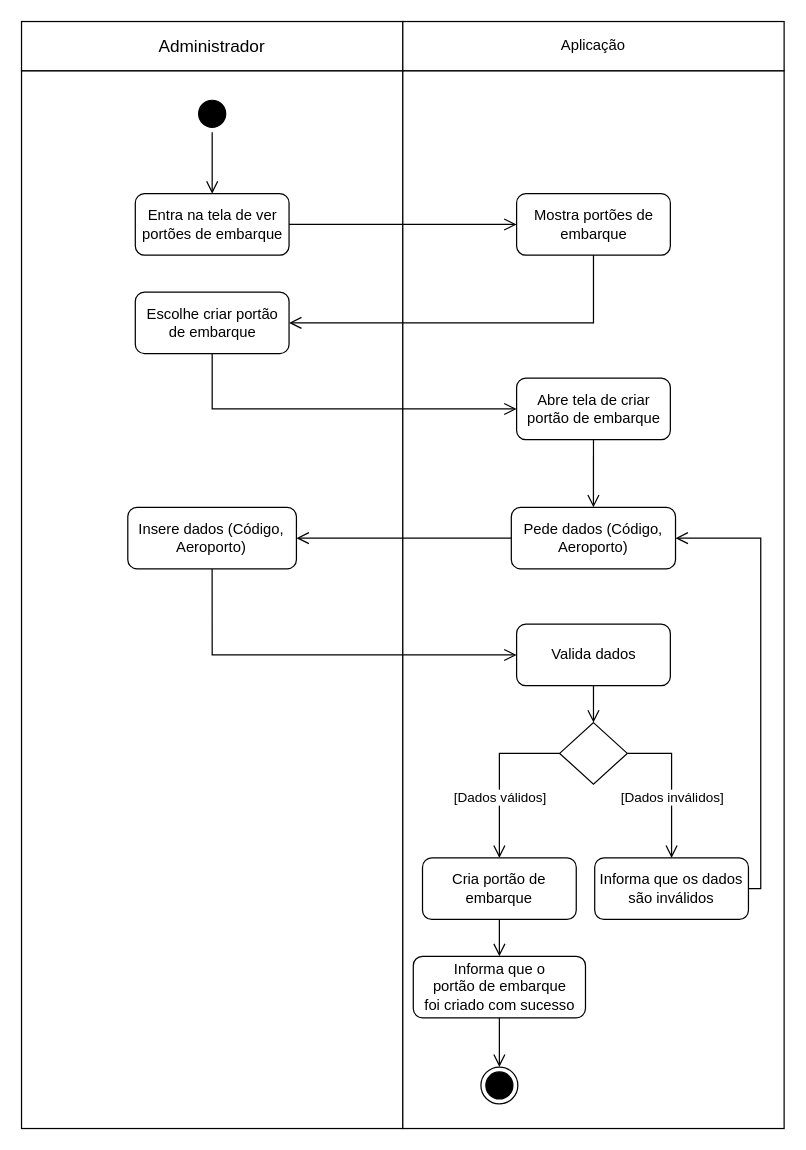
The draw.io diagram Diagramas/Eng_de_Software/Modelos/Atividade/Create_Portao_de_Embarque.drawio in GabrielGMori/trabalho-conclus-o-ano, before the edit. Source tidied: cells renumbered, new cells numbered last; positions are measured from the earlier drawing's top-left corner, leaving out a move shared by most shapes. Both pictures are drawn from the tidied source at 123%, with x=0, y=0 at pixel (21, 21).
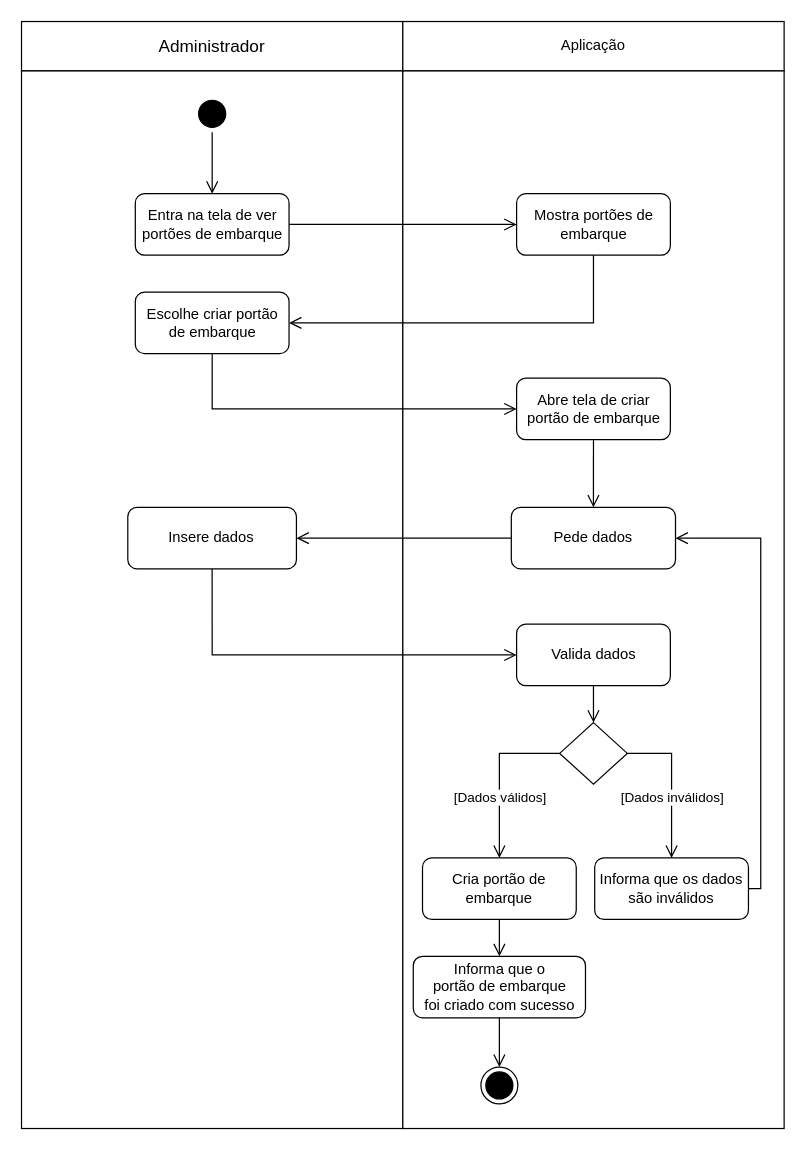
After the change.

What changed in the source:
```diff
@@
-    <mxCell id="9" value="Pede dados (Código, Aeroporto)" style="rounded=1;whiteSpace=wrap;html=1;" parent="1" vertex="1">
+    <mxCell id="9" value="Pede dados" style="rounded=1;whiteSpace=wrap;html=1;" parent="1" vertex="1">
       <mxGeometry x="398.2" y="395" width="133.5" height="50" as="geometry" />
     </mxCell>
@@
-    <mxCell id="33" value="Insere dados (Código, Aeroporto)" style="rounded=1;whiteSpace=wrap;html=1;" parent="1" vertex="1">
+    <mxCell id="33" value="Insere dados" style="rounded=1;whiteSpace=wrap;html=1;" parent="1" vertex="1">
       <mxGeometry x="86.4" y="395" width="137.1" height="50" as="geometry" />
     </mxCell>
```
